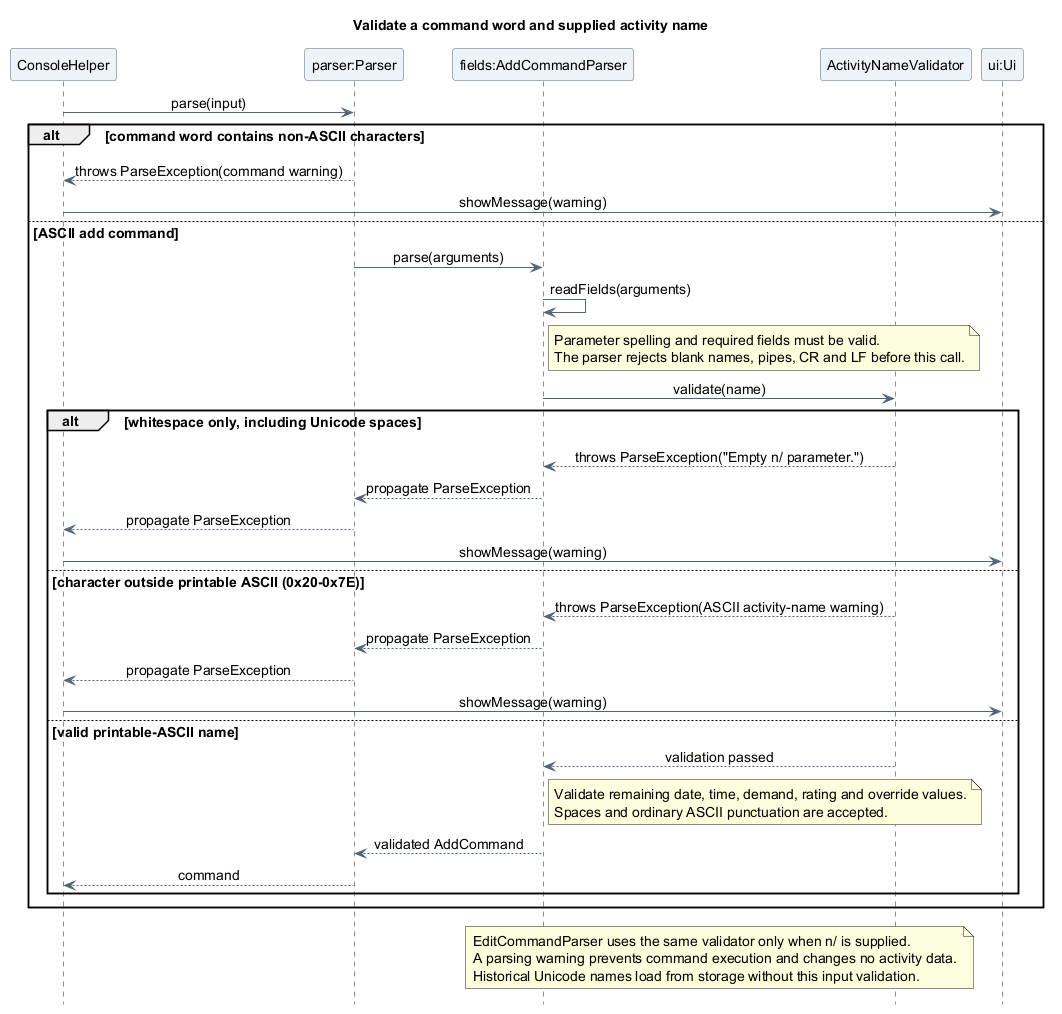
Above: docs/images/atharva/sequence/ActivityNameValidationSequence.png in AY2627S1-CS2113-T10-4/tp (PlantUML), before the change.
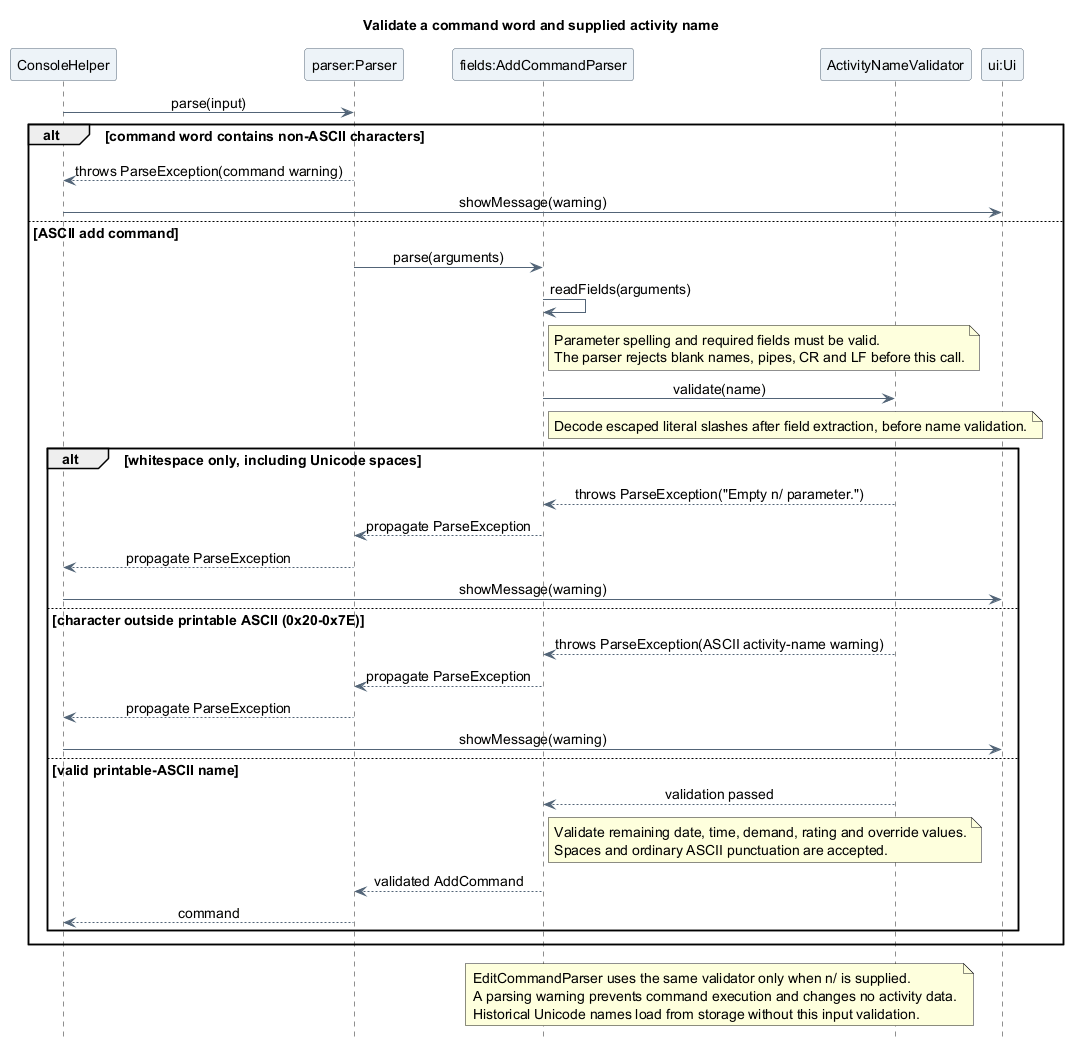
Above is the later version.

Diff of the diagram source:
```diff
@@ -28,6 +28,9 @@
     The parser rejects blank names, pipes, CR and LF before this call.
   end note
   Fields -> Validator : validate(name)
+  note right of Fields
+    Decode escaped literal slashes after field extraction, before name validation.
+  end note
   alt whitespace only, including Unicode spaces
     Validator --> Fields : throws ParseException("Empty n/ parameter.")
     Fields --> Parser : propagate ParseException
```
